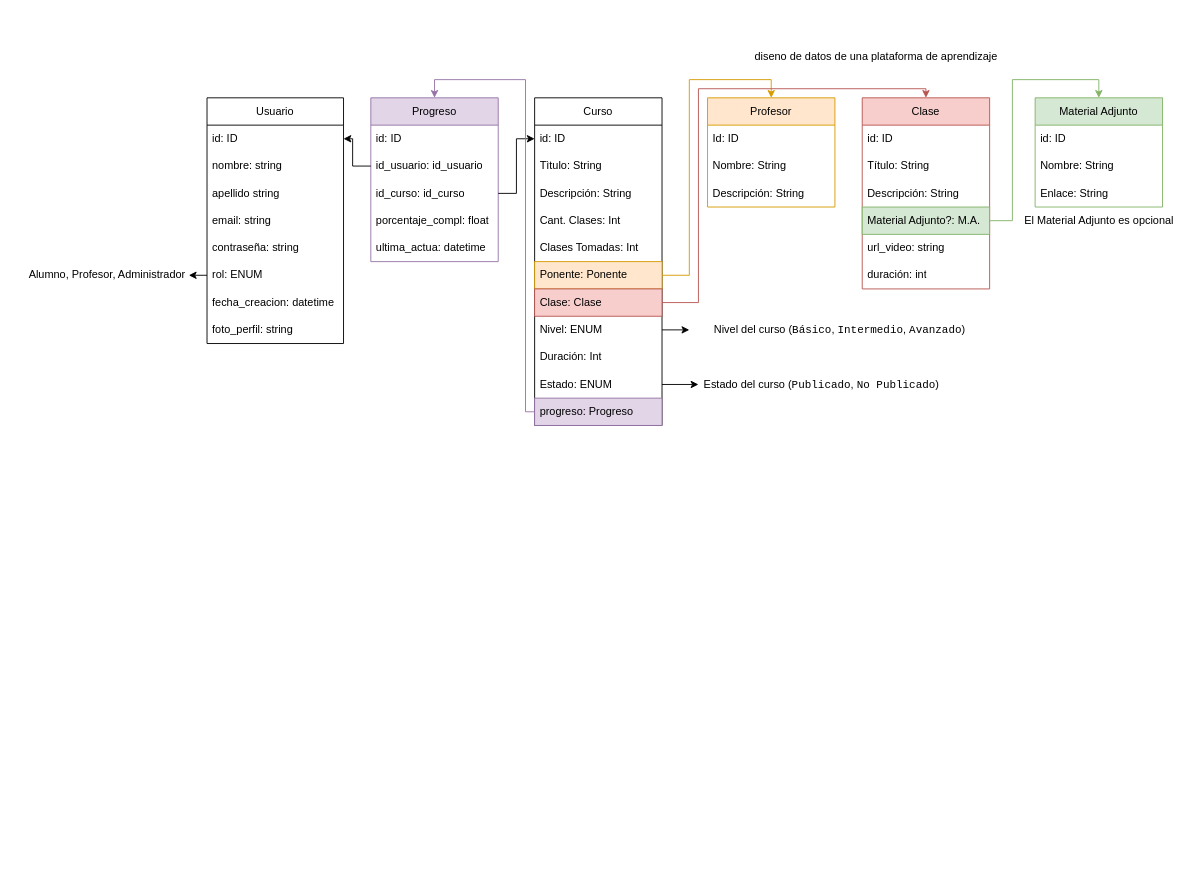
The draw.io diagram Diagrama sin título.drawio in dacaza3812/3, before the edit. Source tidied: cells renumbered, new cells numbered last; positions are measured from the earlier drawing's top-left corner, leaving out a move shared by most shapes. Both pictures are drawn from the tidied source at 91%, with x=0, y=0 at pixel (15, 43).
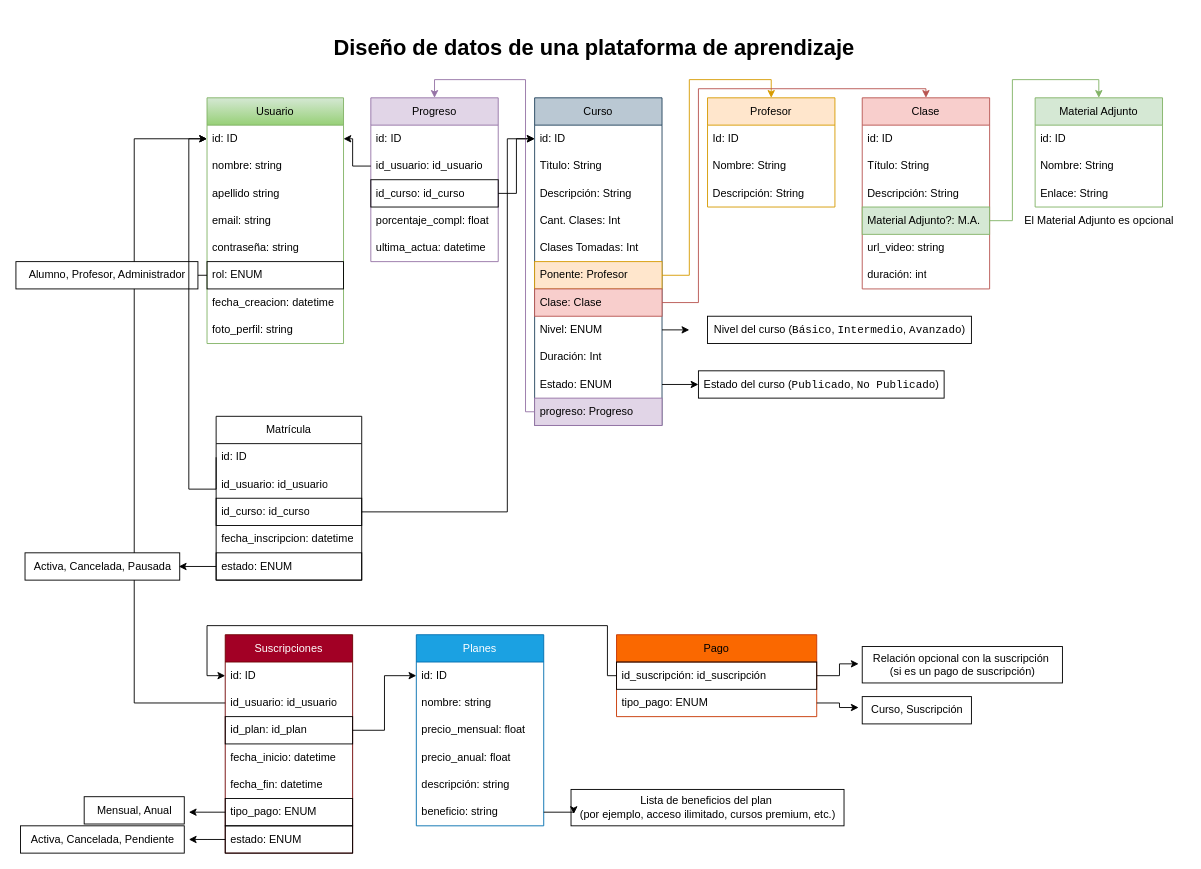
Above is the later version.

The change refers to these unchanged cells:
```xml
<mxCell id="3" value="id: ID" style="text;strokeColor=none;fillColor=none;align=left;verticalAlign=middle;spacingLeft=4;spacingRight=4;overflow=hidden;points=[[0,0.5],[1,0.5]];portConstraint=eastwest;whiteSpace=wrap;html=1;" parent="2" vertex="1">
  <mxGeometry y="30" width="140" height="30" as="geometry" />
</mxCell>
<mxCell id="38" value="Progreso" style="swimlane;fontStyle=0;horizontal=1;startSize=30;whiteSpace=wrap;html=1;fillColor=#e1d5e7;strokeColor=#9673a6;" parent="1" vertex="1">
  <mxGeometry x="390" y="60" width="140" height="180" as="geometry" />
</mxCell>
<mxCell id="47" value="id: ID" style="text;strokeColor=none;fillColor=none;align=left;verticalAlign=middle;spacingLeft=4;spacingRight=4;overflow=hidden;points=[[0,0.5],[1,0.5]];portConstraint=eastwest;whiteSpace=wrap;html=1;" parent="46" vertex="1">
  <mxGeometry y="30" width="150" height="30" as="geometry" />
</mxCell>
```

What changed in the source:
```diff
@@
+    <mxCell id="58" style="edgeStyle=orthogonalEdgeStyle;rounded=0;jettySize=auto;html=1;exitX=0;exitY=0.5;exitDx=0;exitDy=0;entryX=0;entryY=0.5;entryDx=0;entryDy=0;" parent="1" edge="1" source="80" target="47">
+      <mxGeometry relative="1" as="geometry">
+        <Array as="points">
+          <mxPoint x="130" y="725" />
+          <mxPoint x="130" y="105" />
+        </Array>
+      </mxGeometry>
+    </mxCell>
-    <mxCell id="2" value="Curso" style="swimlane;fontStyle=0;horizontal=1;startSize=30;whiteSpace=wrap;html=1;" parent="1" vertex="1">
+    <mxCell id="2" value="Curso" style="swimlane;fontStyle=0;horizontal=1;startSize=30;whiteSpace=wrap;html=1;fillColor=#bac8d3;strokeColor=#23445d;" parent="1" vertex="1">
       <mxGeometry x="570" y="60" width="140" height="360" as="geometry" />
     </mxCell>
@@
-    <mxCell id="8" value="Ponente: Ponente" style="text;strokeColor=#d79b00;fillColor=#ffe6cc;align=left;verticalAlign=middle;spacingLeft=4;spacingRight=4;overflow=hidden;points=[[0,0.5],[1,0.5]];portConstraint=eastwest;whiteSpace=wrap;html=1;" parent="2" vertex="1">
+    <mxCell id="8" value="Ponente: Profesor" style="text;strokeColor=#d79b00;fillColor=#ffe6cc;align=left;verticalAlign=middle;spacingLeft=4;spacingRight=4;overflow=hidden;points=[[0,0.5],[1,0.5]];portConstraint=eastwest;whiteSpace=wrap;html=1;" parent="2" vertex="1">
       <mxGeometry y="180" width="140" height="30" as="geometry" />
     </mxCell>
@@
-    <mxCell id="28" value="diseno de datos de una plataforma de aprendizaje" style="text;html=1;align=center;verticalAlign=middle;strokeColor=none;fillColor=none;" parent="1" vertex="1">
-      <mxGeometry x="800" width="290" height="30" as="geometry" />
+    <mxCell id="28" value="&lt;h1&gt;&lt;b&gt;Diseño de datos de una plataforma de aprendizaje&lt;/b&gt;&lt;/h1&gt;" style="text;html=1;align=center;verticalAlign=middle;strokeColor=none;fillColor=none;" parent="1" vertex="1">
+      <mxGeometry x="335" y="-30" width="600" height="70" as="geometry" />
     </mxCell>
@@
-    <mxCell id="35" value="Estado del curso (&lt;font face=&quot;monospace&quot;&gt;Publicado&lt;/font&gt;, &lt;code&gt;No Publicado&lt;/code&gt;)" style="text;html=1;align=center;verticalAlign=middle;points=[];strokeColor=none;fillColor=none;" parent="1" vertex="1">
+    <mxCell id="35" value="Estado del curso (&lt;font face=&quot;monospace&quot;&gt;Publicado&lt;/font&gt;, &lt;code&gt;No Publicado&lt;/code&gt;)" style="text;html=1;align=center;verticalAlign=middle;points=[];strokeColor=default;fillColor=default;" parent="1" vertex="1">
       <mxGeometry x="750" y="360" width="270" height="30" as="geometry" />
     </mxCell>
@@
-    <mxCell id="37" value="Nivel del curso (&lt;font face=&quot;monospace&quot;&gt;Básico&lt;/font&gt;, &lt;code&gt;Intermedio&lt;/code&gt;, &lt;code&gt;Avanzado&lt;/code&gt;)" style="text;html=1;align=center;verticalAlign=middle;strokeColor=none;fillColor=none;" parent="1" vertex="1">
+    <mxCell id="37" value="Nivel del curso (&lt;font face=&quot;monospace&quot;&gt;Básico&lt;/font&gt;, &lt;code&gt;Intermedio&lt;/code&gt;, &lt;code&gt;Avanzado&lt;/code&gt;)" style="text;html=1;align=center;verticalAlign=middle;strokeColor=default;fillColor=default;" parent="1" vertex="1">
       <mxGeometry x="760" y="300" width="290" height="30" as="geometry" />
     </mxCell>
@@
-    <mxCell id="41" value="id_curso: id_curso" style="text;strokeColor=none;fillColor=none;align=left;verticalAlign=middle;spacingLeft=4;spacingRight=4;overflow=hidden;points=[[0,0.5],[1,0.5]];portConstraint=eastwest;whiteSpace=wrap;html=1;" parent="38" vertex="1">
+    <mxCell id="41" value="id_curso: id_curso" style="text;strokeColor=default;fillColor=none;align=left;verticalAlign=middle;spacingLeft=4;spacingRight=4;overflow=hidden;points=[[0,0.5],[1,0.5]];portConstraint=eastwest;whiteSpace=wrap;html=1;" parent="38" vertex="1">
       <mxGeometry y="90" width="140" height="30" as="geometry" />
     </mxCell>
@@
-    <mxCell id="46" value="Usuario" style="swimlane;fontStyle=0;horizontal=1;startSize=30;whiteSpace=wrap;html=1;" parent="1" vertex="1">
+    <mxCell id="46" value="Usuario" style="swimlane;fontStyle=0;horizontal=1;startSize=30;whiteSpace=wrap;html=1;fillColor=#d5e8d4;gradientColor=#97d077;strokeColor=#82b366;" parent="1" vertex="1">
       <mxGeometry x="210" y="60" width="150" height="270" as="geometry" />
     </mxCell>
@@
-    <mxCell id="53" value="rol: ENUM" style="text;strokeColor=none;fillColor=none;align=left;verticalAlign=middle;spacingLeft=4;spacingRight=4;overflow=hidden;points=[[0,0.5],[1,0.5]];portConstraint=eastwest;whiteSpace=wrap;html=1;" parent="46" vertex="1">
+    <mxCell id="53" value="rol: ENUM" style="text;strokeColor=default;fillColor=none;align=left;verticalAlign=middle;spacingLeft=4;spacingRight=4;overflow=hidden;points=[[0,0.5],[1,0.5]];portConstraint=eastwest;whiteSpace=wrap;html=1;" parent="46" vertex="1">
       <mxGeometry y="180" width="150" height="30" as="geometry" />
     </mxCell>
@@
-    <mxCell id="56" value="Alumno, Profesor, Administrador" style="text;html=1;align=center;verticalAlign=middle;strokeColor=none;fillColor=none;" parent="1" vertex="1">
+    <mxCell id="56" value="Alumno, Profesor, Administrador" style="text;html=1;align=center;verticalAlign=middle;strokeColor=default;fillColor=default;" parent="1" vertex="1">
       <mxGeometry y="240" width="200" height="30" as="geometry" />
     </mxCell>
@@
+    <mxCell id="59" value="Matrícula" style="swimlane;fontStyle=0;horizontal=1;startSize=30;whiteSpace=wrap;html=1;" parent="1" vertex="1">
+      <mxGeometry x="220" y="410" width="160" height="180" as="geometry" />
+    </mxCell>
+    <mxCell id="60" value="id: ID" style="text;strokeColor=none;fillColor=none;align=left;verticalAlign=middle;spacingLeft=4;spacingRight=4;overflow=hidden;points=[[0,0.5],[1,0.5]];portConstraint=eastwest;whiteSpace=wrap;html=1;" parent="59" vertex="1">
+      <mxGeometry y="30" width="160" height="30" as="geometry" />
+    </mxCell>
+    <mxCell id="61" value="id_usuario: id_usuario" style="text;strokeColor=none;fillColor=none;align=left;verticalAlign=middle;spacingLeft=4;spacingRight=4;overflow=hidden;whiteSpace=wrap;html=1;" parent="59" vertex="1">
+      <mxGeometry y="60" width="160" height="30" as="geometry" />
+    </mxCell>
+    <mxCell id="62" value="id_curso: id_curso" style="text;strokeColor=default;fillColor=none;align=left;verticalAlign=middle;spacingLeft=4;spacingRight=4;overflow=hidden;points=[[0,0.5],[1,0.5]];portConstraint=eastwest;whiteSpace=wrap;html=1;" parent="59" vertex="1">
+      <mxGeometry y="90" width="160" height="30" as="geometry" />
+    </mxCell>
+    <mxCell id="63" value="fecha_inscripcion: datetime" style="text;strokeColor=none;fillColor=none;align=left;verticalAlign=middle;spacingLeft=4;spacingRight=4;overflow=hidden;whiteSpace=wrap;html=1;" parent="59" vertex="1">
+      <mxGeometry y="120" width="160" height="30" as="geometry" />
+    </mxCell>
+    <mxCell id="64" value="estado: ENUM" style="text;strokeColor=default;fillColor=none;align=left;verticalAlign=middle;spacingLeft=4;spacingRight=4;overflow=hidden;points=[[0,0.5],[1,0.5]];portConstraint=eastwest;whiteSpace=wrap;html=1;" parent="59" vertex="1">
+      <mxGeometry y="150" width="160" height="30" as="geometry" />
+    </mxCell>
+    <mxCell id="65" style="edgeStyle=orthogonalEdgeStyle;rounded=0;jettySize=auto;html=1;exitX=0;exitY=0.5;exitDx=0;exitDy=0;entryX=0;entryY=0.5;entryDx=0;entryDy=0;" parent="1" edge="1" source="60" target="47">
+      <mxGeometry relative="1" as="geometry">
+        <Array as="points">
+          <mxPoint x="220" y="490" />
+          <mxPoint x="190" y="490" />
+          <mxPoint x="190" y="105" />
+        </Array>
+      </mxGeometry>
+    </mxCell>
+    <mxCell id="66" style="edgeStyle=orthogonalEdgeStyle;rounded=0;jettySize=auto;html=1;entryX=0;entryY=0.5;entryDx=0;entryDy=0;" parent="1" edge="1" source="62" target="3">
+      <mxGeometry relative="1" as="geometry">
+        <Array as="points">
+          <mxPoint x="540" y="515" />
+          <mxPoint x="540" y="105" />
+        </Array>
+      </mxGeometry>
+    </mxCell>
+    <mxCell id="67" value="Activa, Cancelada, Pausada" style="text;html=1;align=center;verticalAlign=middle;points=[];strokeColor=default;fillColor=default;gradientColor=none;" parent="1" vertex="1">
+      <mxGeometry x="10" y="560" width="170" height="30" as="geometry" />
+    </mxCell>
+    <mxCell id="68" style="edgeStyle=orthogonalEdgeStyle;rounded=0;jettySize=auto;html=1;exitX=0;exitY=0.5;exitDx=0;exitDy=0;entryX=0.994;entryY=0.5;entryDx=0;entryDy=0;entryPerimeter=0;" parent="1" edge="1" source="64" target="67">
+      <mxGeometry relative="1" as="geometry" />
+    </mxCell>
+    <mxCell id="69" value="Planes" style="swimlane;fontStyle=0;horizontal=1;startSize=30;whiteSpace=wrap;html=1;fillColor=#1ba1e2;fontColor=#ffffff;strokeColor=#006EAF;" parent="1" vertex="1">
+      <mxGeometry x="440" y="650" width="140" height="210" as="geometry" />
+    </mxCell>
+    <mxCell id="70" value="id: ID" style="text;strokeColor=none;fillColor=none;align=left;verticalAlign=middle;spacingLeft=4;spacingRight=4;overflow=hidden;points=[[0,0.5],[1,0.5]];portConstraint=eastwest;whiteSpace=wrap;html=1;" parent="69" vertex="1">
+      <mxGeometry y="30" width="140" height="30" as="geometry" />
+    </mxCell>
+    <mxCell id="71" value="nombre: string" style="text;strokeColor=none;fillColor=none;align=left;verticalAlign=middle;spacingLeft=4;spacingRight=4;overflow=hidden;whiteSpace=wrap;html=1;" parent="69" vertex="1">
+      <mxGeometry y="60" width="140" height="30" as="geometry" />
+    </mxCell>
+    <mxCell id="72" value="precio_mensual: float" style="text;strokeColor=none;fillColor=none;align=left;verticalAlign=middle;spacingLeft=4;spacingRight=4;overflow=hidden;whiteSpace=wrap;html=1;" parent="69" vertex="1">
+      <mxGeometry y="90" width="140" height="30" as="geometry" />
+    </mxCell>
+    <mxCell id="73" value="precio_anual: float" style="text;strokeColor=none;fillColor=none;align=left;verticalAlign=middle;spacingLeft=4;spacingRight=4;overflow=hidden;whiteSpace=wrap;html=1;" parent="69" vertex="1">
+      <mxGeometry y="120" width="140" height="30" as="geometry" />
+    </mxCell>
+    <mxCell id="74" value="descripción: string" style="text;strokeColor=none;fillColor=none;align=left;verticalAlign=middle;spacingLeft=4;spacingRight=4;overflow=hidden;whiteSpace=wrap;html=1;" parent="69" vertex="1">
+      <mxGeometry y="150" width="140" height="30" as="geometry" />
+    </mxCell>
+    <mxCell id="75" value="beneficio: string" style="text;strokeColor=none;fillColor=none;align=left;verticalAlign=middle;spacingLeft=4;spacingRight=4;overflow=hidden;points=[[0,0.5],[1,0.5]];portConstraint=eastwest;whiteSpace=wrap;html=1;" parent="69" vertex="1">
+      <mxGeometry y="180" width="140" height="30" as="geometry" />
+    </mxCell>
+    <mxCell id="76" value="Lista de beneficios del plan&amp;nbsp;&lt;div&gt;(por ejemplo, acceso ilimitado, cursos premium, etc.)&lt;/div&gt;" style="text;html=1;align=center;verticalAlign=middle;points=[];strokeColor=default;fillColor=default;gradientColor=none;" parent="1" vertex="1">
+      <mxGeometry x="610" y="820" width="300" height="40" as="geometry" />
+    </mxCell>
+    <mxCell id="77" style="edgeStyle=orthogonalEdgeStyle;rounded=0;jettySize=auto;html=1;exitX=1;exitY=0.5;exitDx=0;exitDy=0;entryX=0.01;entryY=0.675;entryDx=0;entryDy=0;entryPerimeter=0;" parent="1" edge="1" source="75" target="76">
+      <mxGeometry relative="1" as="geometry" />
+    </mxCell>
+    <mxCell id="78" value="Suscripciones" style="swimlane;fontStyle=0;horizontal=1;startSize=30;whiteSpace=wrap;html=1;strokeColor=#6F0000;fillColor=#a20025;fontColor=#ffffff;" parent="1" vertex="1">
+      <mxGeometry x="230" y="650" width="140" height="240" as="geometry" />
+    </mxCell>
+    <mxCell id="79" value="id: ID" style="text;strokeColor=none;fillColor=none;align=left;verticalAlign=middle;spacingLeft=4;spacingRight=4;overflow=hidden;points=[[0,0.5],[1,0.5]];portConstraint=eastwest;whiteSpace=wrap;html=1;" parent="78" vertex="1">
+      <mxGeometry y="30" width="140" height="30" as="geometry" />
+    </mxCell>
+    <mxCell id="80" value="id_usuario: id_usuario" style="text;strokeColor=none;fillColor=none;align=left;verticalAlign=middle;spacingLeft=4;spacingRight=4;overflow=hidden;points=[[0,0.5],[1,0.5]];portConstraint=eastwest;whiteSpace=wrap;html=1;" parent="78" vertex="1">
+      <mxGeometry y="60" width="140" height="30" as="geometry" />
+    </mxCell>
+    <mxCell id="81" value="id_plan: id_plan" style="text;strokeColor=default;fillColor=none;align=left;verticalAlign=middle;spacingLeft=4;spacingRight=4;overflow=hidden;points=[[0,0.5],[1,0.5]];portConstraint=eastwest;whiteSpace=wrap;html=1;" parent="78" vertex="1">
+      <mxGeometry y="90" width="140" height="30" as="geometry" />
+    </mxCell>
+    <mxCell id="82" value="fecha_inicio: datetime" style="text;strokeColor=none;fillColor=none;align=left;verticalAlign=middle;spacingLeft=4;spacingRight=4;overflow=hidden;whiteSpace=wrap;html=1;" parent="78" vertex="1">
+      <mxGeometry y="120" width="140" height="30" as="geometry" />
+    </mxCell>
+    <mxCell id="83" value="fecha_fin: datetime" style="text;strokeColor=none;fillColor=none;align=left;verticalAlign=middle;spacingLeft=4;spacingRight=4;overflow=hidden;whiteSpace=wrap;html=1;" parent="78" vertex="1">
+      <mxGeometry y="150" width="140" height="30" as="geometry" />
+    </mxCell>
+    <mxCell id="84" style="edgeStyle=orthogonalEdgeStyle;rounded=0;jettySize=auto;html=1;exitX=0;exitY=0.5;exitDx=0;exitDy=0;" parent="78" edge="1" source="85">
+      <mxGeometry relative="1" as="geometry">
+        <mxPoint x="-40" y="195" as="targetPoint" />
+      </mxGeometry>
+    </mxCell>
+    <mxCell id="85" value="tipo_pago: ENUM" style="text;strokeColor=default;fillColor=none;align=left;verticalAlign=middle;spacingLeft=4;spacingRight=4;overflow=hidden;points=[[0,0.5],[1,0.5]];portConstraint=eastwest;whiteSpace=wrap;html=1;" parent="78" vertex="1">
+      <mxGeometry y="180" width="140" height="30" as="geometry" />
+    </mxCell>
+    <mxCell id="86" style="edgeStyle=orthogonalEdgeStyle;rounded=0;jettySize=auto;html=1;exitX=0;exitY=0.5;exitDx=0;exitDy=0;" parent="78" edge="1" source="87">
+      <mxGeometry relative="1" as="geometry">
+        <mxPoint x="-40" y="225" as="targetPoint" />
+      </mxGeometry>
+    </mxCell>
+    <mxCell id="87" value="estado: ENUM" style="text;strokeColor=default;fillColor=none;align=left;verticalAlign=middle;spacingLeft=4;spacingRight=4;overflow=hidden;points=[[0,0.5],[1,0.5]];portConstraint=eastwest;whiteSpace=wrap;html=1;" parent="78" vertex="1">
+      <mxGeometry y="210" width="140" height="30" as="geometry" />
+    </mxCell>
+    <mxCell id="88" style="edgeStyle=orthogonalEdgeStyle;rounded=0;jettySize=auto;html=1;exitX=1;exitY=0.5;exitDx=0;exitDy=0;entryX=0;entryY=0.5;entryDx=0;entryDy=0;" parent="1" edge="1" source="81" target="70">
+      <mxGeometry relative="1" as="geometry" />
+    </mxCell>
+    <mxCell id="89" value="Mensual, Anual" style="text;html=1;align=center;verticalAlign=middle;strokeColor=default;fillColor=default;" parent="1" vertex="1">
+      <mxGeometry x="75" y="828" width="110" height="30" as="geometry" />
+    </mxCell>
+    <mxCell id="90" value="Activa, Cancelada, Pendiente" style="text;html=1;align=center;verticalAlign=middle;strokeColor=default;fillColor=default;" parent="1" vertex="1">
+      <mxGeometry x="5" y="860" width="180" height="30" as="geometry" />
+    </mxCell>
+    <mxCell id="91" value="Pago" style="swimlane;fontStyle=0;horizontal=1;startSize=30;whiteSpace=wrap;html=1;fillColor=#fa6800;fontColor=#000000;strokeColor=#C73500;" parent="1" vertex="1">
+      <mxGeometry x="660" y="650" width="220" height="90" as="geometry" />
+    </mxCell>
+    <mxCell id="92" value="id_suscripción: id_suscripción&amp;nbsp;" style="text;strokeColor=default;fillColor=none;align=left;verticalAlign=middle;spacingLeft=4;spacingRight=4;overflow=hidden;points=[[0,0.5],[1,0.5]];portConstraint=eastwest;whiteSpace=wrap;html=1;" parent="91" vertex="1">
+      <mxGeometry y="30" width="220" height="30" as="geometry" />
+    </mxCell>
+    <mxCell id="93" value="tipo_pago: ENUM" style="text;strokeColor=none;fillColor=none;align=left;verticalAlign=middle;spacingLeft=4;spacingRight=4;overflow=hidden;points=[[0,0.5],[1,0.5]];portConstraint=eastwest;whiteSpace=wrap;html=1;" parent="91" vertex="1">
+      <mxGeometry y="60" width="220" height="30" as="geometry" />
+    </mxCell>
+    <mxCell id="94" value="Relación opcional con la suscripción&amp;nbsp;&lt;div&gt;(si es un pago de suscripción)&lt;/div&gt;" style="text;html=1;align=center;verticalAlign=middle;points=[];strokeColor=default;fillColor=default;" parent="1" vertex="1">
+      <mxGeometry x="930" y="663" width="220" height="40" as="geometry" />
+    </mxCell>
+    <mxCell id="95" style="edgeStyle=orthogonalEdgeStyle;rounded=0;jettySize=auto;html=1;exitX=1;exitY=0.5;exitDx=0;exitDy=0;entryX=-0.018;entryY=0.475;entryDx=0;entryDy=0;entryPerimeter=0;" parent="1" edge="1" source="92" target="94">
+      <mxGeometry relative="1" as="geometry" />
+    </mxCell>
+    <mxCell id="96" style="edgeStyle=orthogonalEdgeStyle;rounded=0;jettySize=auto;html=1;exitX=0;exitY=0.5;exitDx=0;exitDy=0;entryX=0;entryY=0.5;entryDx=0;entryDy=0;" parent="1" edge="1" source="92" target="79">
+      <mxGeometry relative="1" as="geometry">
+        <Array as="points">
+          <mxPoint x="650" y="695" />
+          <mxPoint x="650" y="640" />
+          <mxPoint x="210" y="640" />
+          <mxPoint x="210" y="695" />
+        </Array>
+      </mxGeometry>
+    </mxCell>
+    <mxCell id="97" value="Curso, Suscripción" style="text;html=1;align=center;verticalAlign=middle;points=[];strokeColor=default;fillColor=default;" parent="1" vertex="1">
+      <mxGeometry x="930" y="718" width="120" height="30" as="geometry" />
+    </mxCell>
+    <mxCell id="98" style="edgeStyle=orthogonalEdgeStyle;rounded=0;jettySize=auto;html=1;exitX=1;exitY=0.5;exitDx=0;exitDy=0;entryX=-0.033;entryY=0.4;entryDx=0;entryDy=0;entryPerimeter=0;" parent="1" edge="1" source="93" target="97">
+      <mxGeometry relative="1" as="geometry" />
+    </mxCell>
```
